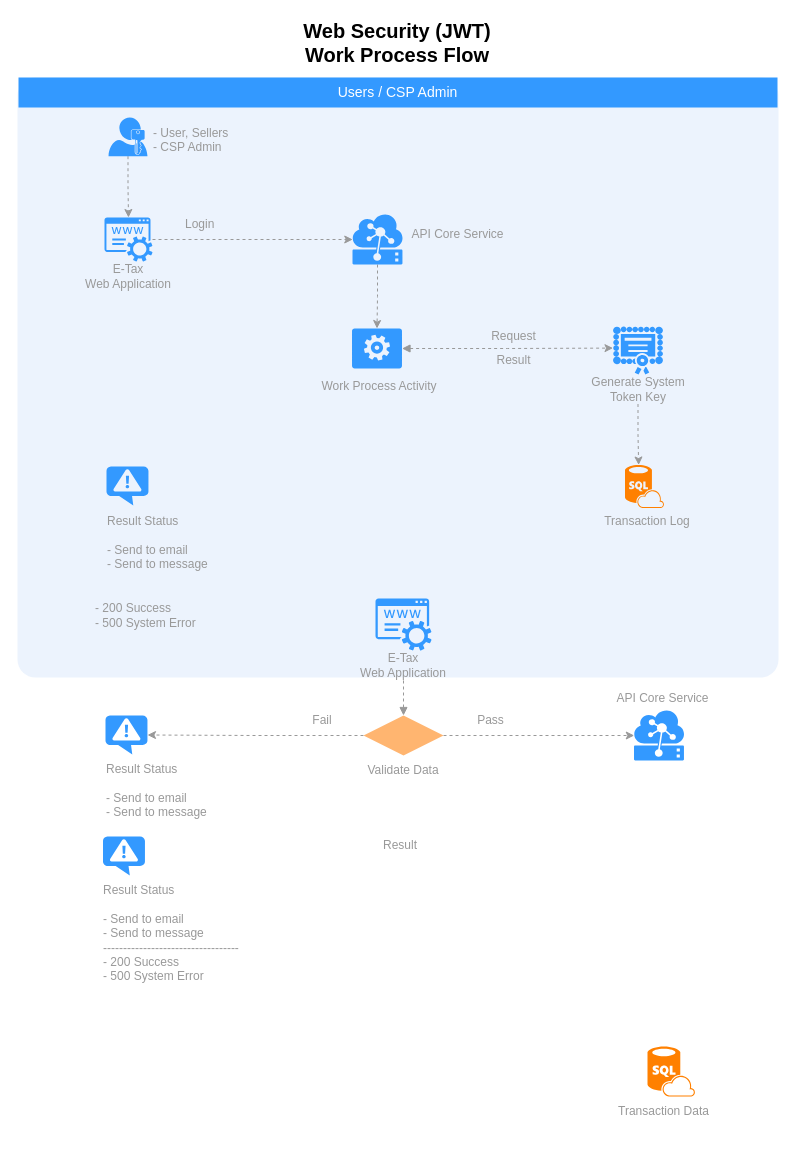
Before: Web Application Security Concept (JWT).drawio in nirawat/eTax, a draw.io diagram. Source tidied: cells renumbered, new cells numbered last; positions are measured from the earlier drawing's top-left corner, leaving out a move shared by most shapes. Both pictures are drawn from the tidied source at 100%, with x=0, y=0 at pixel (17, 17).
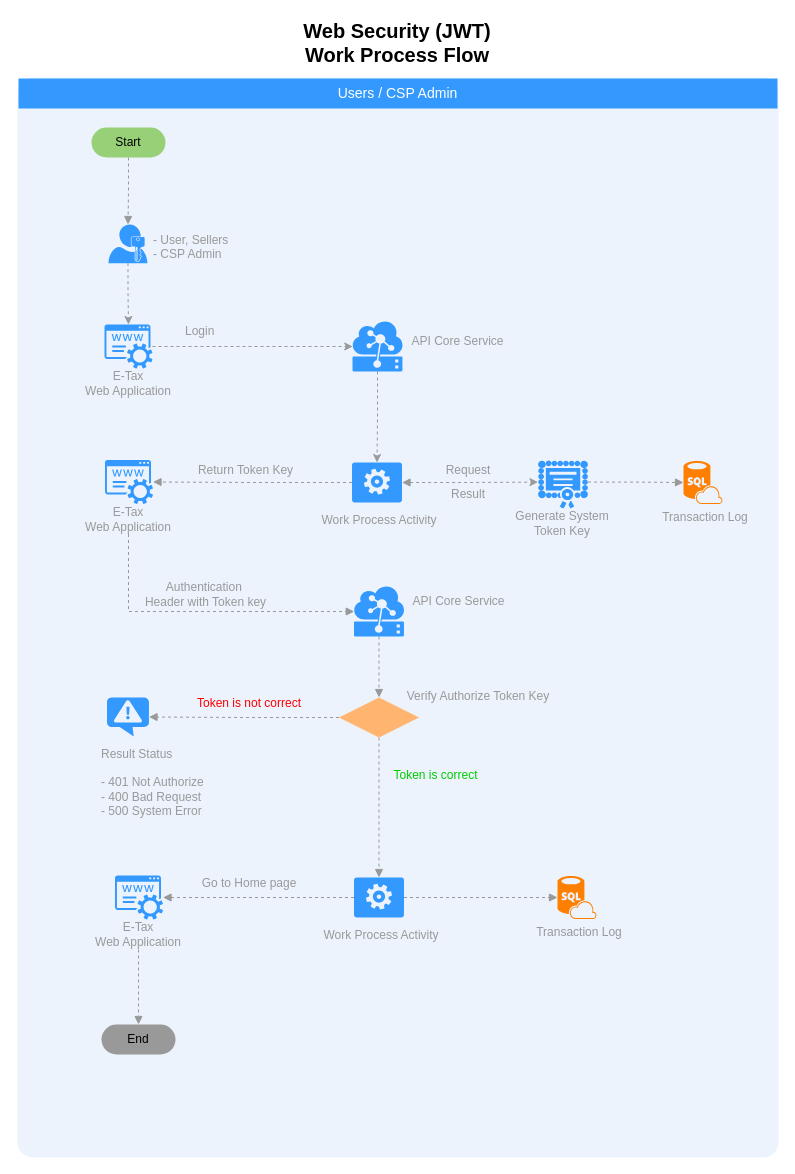
After the change.

The change refers to these unchanged cells:
```xml
<mxCell id="27" style="verticalLabelPosition=bottom;html=1;verticalAlign=top;align=center;strokeColor=none;fillColor=#FF8000;shape=mxgraph.azure.sql_database_sql_azure;fontSize=12;fontColor=#999999;" parent="25" vertex="1">
  <mxGeometry x="31" y="10" width="39" height="43" as="geometry" />
</mxCell>
<mxCell id="41" style="shadow=0;dashed=0;html=1;strokeColor=none;labelPosition=center;verticalLabelPosition=bottom;verticalAlign=top;align=center;shape=mxgraph.mscae.enterprise.user_permissions;fillColor=#3399FF;fontSize=14;" parent="39" vertex="1">
  <mxGeometry width="39" height="38.7" as="geometry" />
</mxCell>
<mxCell id="46" style="verticalLabelPosition=bottom;html=1;verticalAlign=top;align=center;strokeColor=none;fillColor=#3399FF;shape=mxgraph.azure.worker_role;fontSize=12;fontColor=#999999;" parent="45" vertex="1">
  <mxGeometry x="53" width="50" height="40" as="geometry" />
</mxCell>
<mxCell id="50" value="Generate System Token Key&lt;br&gt;" style="text;html=1;strokeColor=none;fillColor=none;align=center;verticalAlign=middle;whiteSpace=wrap;rounded=0;fontSize=12;fontColor=#999999;" parent="49" vertex="1">
  <mxGeometry y="54" width="114" height="30" as="geometry" />
</mxCell>
```

Change to the diagram source:
```diff
@@
-    <mxCell id="2" style="rounded=1;whiteSpace=wrap;html=1;strokeColor=none;strokeWidth=1;fillColor=#dae8fc;fontSize=12;align=center;arcSize=3;opacity=50;" parent="1" vertex="1">
-      <mxGeometry y="60" width="761" height="600" as="geometry" />
+    <mxCell id="2" style="rounded=1;whiteSpace=wrap;html=1;strokeColor=none;strokeWidth=1;fillColor=#dae8fc;fontSize=12;align=center;arcSize=2;opacity=50;" parent="1" vertex="1">
+      <mxGeometry y="60" width="761" height="1080" as="geometry" />
     </mxCell>
     <mxCell id="3" value="Users / CSP Admin" style="whiteSpace=wrap;html=1;dashed=1;strokeColor=none;strokeWidth=2;fillColor=#3399FF;fontFamily=Helvetica;fontSize=14;fontColor=#FFFFFF;fontStyle=0;" parent="1" vertex="1">
-      <mxGeometry x="1" y="60" width="759" height="30" as="geometry" />
+      <mxGeometry x="1" y="61" width="759" height="30" as="geometry" />
     </mxCell>
@@
+    <mxCell id="56" style="edgeStyle=orthogonalEdgeStyle;rounded=0;jettySize=auto;html=1;exitX=0.5;exitY=1;exitDx=0;exitDy=0;exitPerimeter=0;entryX=0.5;entryY=0;entryDx=0;entryDy=0;dashed=1;startArrow=none;startFill=0;endArrow=block;endFill=1;strokeColor=#999999;" parent="1" edge="1" source="5" target="69">
+      <mxGeometry relative="1" as="geometry" />
+    </mxCell>
     <mxCell id="5" style="shadow=0;dashed=0;html=1;strokeColor=none;labelPosition=center;verticalLabelPosition=bottom;verticalAlign=top;align=center;shape=mxgraph.mscae.cloud.iot_edge;fillColor=#3399FF;fontSize=12;fontColor=#999999;" parent="1" vertex="1">
-      <mxGeometry x="616.5" y="693" width="50" height="50" as="geometry" />
+      <mxGeometry x="336.5" y="569" width="50" height="50" as="geometry" />
     </mxCell>
-    <mxCell id="6" value="API Core Service" style="text;html=1;strokeColor=none;fillColor=none;align=center;verticalAlign=middle;whiteSpace=wrap;rounded=0;fontSize=12;fontColor=#999999;" parent="1" vertex="1">
-      <mxGeometry x="595" y="666" width="101" height="29" as="geometry" />
-    </mxCell>
     <mxCell id="7" style="verticalLabelPosition=bottom;html=1;verticalAlign=top;align=center;strokeColor=none;fillColor=#3399FF;shape=mxgraph.azure.notification_topic;fontSize=12;fontColor=#999999;" parent="1" vertex="1">
-      <mxGeometry x="85.5" y="819" width="42" height="39" as="geometry" />
+      <mxGeometry x="89.5" y="680" width="42" height="39" as="geometry" />
     </mxCell>
-    <mxCell id="8" style="group;" parent="1" vertex="1">
-      <mxGeometry x="599" y="1029" width="108" height="79" as="geometry" />
-    </mxCell>
-    <mxCell id="9" style="group;" parent="8" vertex="1">
-      <mxGeometry width="108" height="79" as="geometry" />
-    </mxCell>
-    <mxCell id="10" value="Transaction Data" style="text;html=1;strokeColor=none;fillColor=none;align=left;verticalAlign=middle;whiteSpace=wrap;rounded=0;fontSize=12;fontColor=#999999;" parent="9" vertex="1">
-      <mxGeometry y="50" width="108" height="29" as="geometry" />
-    </mxCell>
-    <mxCell id="11" style="verticalLabelPosition=bottom;html=1;verticalAlign=top;align=center;strokeColor=none;fillColor=#FF8000;shape=mxgraph.azure.sql_database_sql_azure;fontSize=12;fontColor=#999999;" parent="9" vertex="1">
-      <mxGeometry x="31" width="47.5" height="50" as="geometry" />
-    </mxCell>
-    <mxCell id="12" style="edgeStyle=orthogonalEdgeStyle;rounded=0;jettySize=auto;html=1;exitX=1;exitY=0.5;exitDx=0;exitDy=0;entryX=0.005;entryY=0.5;entryDx=0;entryDy=0;entryPerimeter=0;dashed=1;strokeColor=#999999;" parent="1" edge="1" source="14" target="5">
-      <mxGeometry relative="1" as="geometry" />
-    </mxCell>
-    <mxCell id="13" style="edgeStyle=orthogonalEdgeStyle;rounded=0;jettySize=auto;html=1;exitX=0;exitY=0.5;exitDx=0;exitDy=0;entryX=1;entryY=0.5;entryDx=0;entryDy=0;entryPerimeter=0;dashed=1;strokeColor=#999999;" parent="1" edge="1" source="14" target="16">
-      <mxGeometry relative="1" as="geometry" />
-    </mxCell>
-    <mxCell id="14" style="rhombus;whiteSpace=wrap;html=1;strokeColor=none;strokeWidth=1;fillColor=#FFB570;fontSize=12;fontColor=#999999;align=left;" parent="1" vertex="1">
-      <mxGeometry x="346" y="698" width="80" height="40" as="geometry" />
-    </mxCell>
-    <mxCell id="15" value="Validate Data" style="text;html=1;strokeColor=none;fillColor=none;align=center;verticalAlign=middle;whiteSpace=wrap;rounded=0;fontSize=12;fontColor=#999999;" parent="1" vertex="1">
-      <mxGeometry x="331" y="743" width="110" height="20" as="geometry" />
-    </mxCell>
-    <mxCell id="16" style="verticalLabelPosition=bottom;html=1;verticalAlign=top;align=center;strokeColor=none;fillColor=#3399FF;shape=mxgraph.azure.notification_topic;fontSize=12;fontColor=#999999;" parent="1" vertex="1">
-      <mxGeometry x="88" y="698" width="42" height="39" as="geometry" />
-    </mxCell>
-    <mxCell id="17" value="Result Status&lt;br&gt;&lt;br&gt;- Send to email&lt;br&gt;- Send to message&lt;br&gt;" style="text;html=1;strokeColor=none;fillColor=none;align=left;verticalAlign=middle;whiteSpace=wrap;rounded=0;fontSize=12;fontColor=#999999;" parent="1" vertex="1">
-      <mxGeometry x="87" y="743" width="130" height="60" as="geometry" />
-    </mxCell>
-    <mxCell id="18" value="Pass" style="text;html=1;strokeColor=none;fillColor=none;align=center;verticalAlign=middle;whiteSpace=wrap;rounded=0;fontSize=12;fontColor=#999999;" parent="1" vertex="1">
-      <mxGeometry x="427" y="693" width="93" height="20" as="geometry" />
-    </mxCell>
-    <mxCell id="19" value="Fail" style="text;html=1;strokeColor=none;fillColor=none;align=center;verticalAlign=middle;whiteSpace=wrap;rounded=0;fontSize=12;fontColor=#999999;" parent="1" vertex="1">
-      <mxGeometry x="250" y="693" width="110" height="20" as="geometry" />
-    </mxCell>
-    <mxCell id="20" value="Result Status&lt;br&gt;&lt;br&gt;- Send to email&lt;br&gt;- Send to message&lt;br&gt;----------------------------------&lt;br&gt;- 200 Success&lt;br&gt;- 500 System Error&lt;br&gt;" style="text;html=1;strokeColor=none;fillColor=none;align=left;verticalAlign=middle;whiteSpace=wrap;rounded=0;fontSize=12;fontColor=#999999;" parent="1" vertex="1">
-      <mxGeometry x="84" y="861.5" width="143" height="108" as="geometry" />
+    <mxCell id="20" value="Result Status&lt;br&gt;&lt;br&gt;- 401 Not Authorize&lt;br&gt;- 400 Bad Request&lt;br&gt;- 500 System Error&lt;br&gt;" style="text;html=1;strokeColor=none;fillColor=none;align=left;verticalAlign=middle;whiteSpace=wrap;rounded=0;fontSize=12;fontColor=#999999;" parent="1" vertex="1">
+      <mxGeometry x="82" y="726" width="143" height="77" as="geometry" />
     </mxCell>
@@
     <mxCell id="22" value="Login" style="text;html=1;strokeColor=none;fillColor=none;align=left;verticalAlign=middle;whiteSpace=wrap;rounded=0;fontSize=12;fontColor=#999999;" parent="1" vertex="1">
-      <mxGeometry x="165.5" y="197" width="59" height="20" as="geometry" />
+      <mxGeometry x="165.5" y="304" width="59" height="20" as="geometry" />
     </mxCell>
@@
     <mxCell id="24" style="group;" parent="1" vertex="1">
-      <mxGeometry x="576.5" y="437.5" width="108" height="79" as="geometry" />
+      <mxGeometry x="635" y="433.5" width="108" height="79" as="geometry" />
     </mxCell>
@@
     <mxCell id="29" style="shadow=0;dashed=0;html=1;strokeColor=none;labelPosition=center;verticalLabelPosition=bottom;verticalAlign=top;align=center;shape=mxgraph.mscae.cloud.iot_edge;fillColor=#3399FF;fontSize=12;fontColor=#999999;" parent="1" vertex="1">
-      <mxGeometry x="335" y="197" width="50" height="50" as="geometry" />
+      <mxGeometry x="335" y="304" width="50" height="50" as="geometry" />
     </mxCell>
     <mxCell id="30" value="API Core Service" style="text;html=1;strokeColor=none;fillColor=none;align=center;verticalAlign=middle;whiteSpace=wrap;rounded=0;fontSize=12;fontColor=#999999;" parent="1" vertex="1">
-      <mxGeometry x="390" y="202.5" width="101" height="29" as="geometry" />
+      <mxGeometry x="390" y="309.5" width="101" height="29" as="geometry" />
     </mxCell>
-    <mxCell id="31" style="verticalLabelPosition=bottom;html=1;verticalAlign=top;align=center;strokeColor=none;fillColor=#3399FF;shape=mxgraph.azure.notification_topic;fontSize=12;fontColor=#999999;" parent="1" vertex="1">
-      <mxGeometry x="89" y="449" width="42" height="39" as="geometry" />
-    </mxCell>
-    <mxCell id="32" value="Result Status&lt;br&gt;&lt;br&gt;- Send to email&lt;br&gt;- Send to message&lt;br&gt;" style="text;html=1;strokeColor=none;fillColor=none;align=left;verticalAlign=middle;whiteSpace=wrap;rounded=0;fontSize=12;fontColor=#999999;" parent="1" vertex="1">
-      <mxGeometry x="88" y="488" width="152" height="74" as="geometry" />
-    </mxCell>
-    <mxCell id="33" style="group;" parent="1" vertex="1">
-      <mxGeometry x="331" y="611" width="110" height="82" as="geometry" />
-    </mxCell>
-    <mxCell id="34" style="shadow=0;dashed=0;html=1;strokeColor=none;fillColor=#3399FF;labelPosition=center;verticalLabelPosition=bottom;verticalAlign=top;align=center;shape=mxgraph.office.services.registrar_service;" parent="33" vertex="1">
-      <mxGeometry x="27" y="-30" width="56" height="52" as="geometry" />
-    </mxCell>
-    <mxCell id="35" value="E-Tax &lt;br&gt;Web Application" style="text;html=1;strokeColor=none;fillColor=none;align=center;verticalAlign=middle;whiteSpace=wrap;rounded=0;fontSize=12;fontColor=#999999;" parent="33" vertex="1">
-      <mxGeometry y="22" width="110" height="30" as="geometry" />
-    </mxCell>
-    <mxCell id="36" value="- 200 Success&lt;br&gt;- 500 System Error&lt;br&gt;" style="text;html=1;strokeColor=none;fillColor=none;align=left;verticalAlign=middle;whiteSpace=wrap;rounded=0;fontSize=12;fontColor=#999999;" parent="1" vertex="1">
-      <mxGeometry x="76" y="581" width="152" height="34" as="geometry" />
-    </mxCell>
-    <mxCell id="37" style="edgeStyle=orthogonalEdgeStyle;rounded=1;jettySize=auto;html=1;exitX=0.5;exitY=1;exitDx=0;exitDy=0;entryX=0.5;entryY=0;entryDx=0;entryDy=0;dashed=1;startArrow=none;startFill=0;endArrow=block;endFill=1;strokeColor=#999999;fontSize=12;fontColor=#999999;" parent="1" edge="1" source="35" target="14">
-      <mxGeometry relative="1" as="geometry" />
-    </mxCell>
-    <mxCell id="38" value="Result" style="text;html=1;strokeColor=none;fillColor=none;align=center;verticalAlign=middle;whiteSpace=wrap;rounded=0;fontSize=12;fontColor=#999999;" parent="1" vertex="1">
-      <mxGeometry x="328" y="818" width="110" height="20" as="geometry" />
-    </mxCell>
     <mxCell id="39" style="group;" parent="1" vertex="1">
-      <mxGeometry x="91" y="100" width="162.5" height="50" as="geometry" />
+      <mxGeometry x="91" y="207" width="162.5" height="50" as="geometry" />
     </mxCell>
@@
     <mxCell id="42" style="group;" parent="1" vertex="1">
-      <mxGeometry x="55.5" y="200" width="110" height="74" as="geometry" />
+      <mxGeometry x="55.5" y="307" width="110" height="74" as="geometry" />
     </mxCell>
@@
     <mxCell id="45" style="group;" parent="1" vertex="1">
-      <mxGeometry x="281.5" y="311" width="160" height="72" as="geometry" />
+      <mxGeometry x="281.5" y="445" width="160" height="72" as="geometry" />
     </mxCell>
@@
     <mxCell id="48" style="group;" parent="1" vertex="1">
-      <mxGeometry x="563.5" y="302.5" width="114" height="81" as="geometry" />
+      <mxGeometry x="487.5" y="436.5" width="114" height="81" as="geometry" />
     </mxCell>
@@
     <mxCell id="51" style="shadow=0;dashed=0;html=1;strokeColor=none;labelPosition=center;verticalLabelPosition=bottom;verticalAlign=top;align=center;shape=mxgraph.mscae.intune.inventory_license;fillColor=#3399FF;fontSize=14;" parent="48" vertex="1">
-      <mxGeometry x="32" y="6.5" width="50" height="48" as="geometry" />
+      <mxGeometry x="33" y="6.5" width="50" height="48" as="geometry" />
     </mxCell>
-    <mxCell id="52" style="edgeStyle=orthogonalEdgeStyle;rounded=0;jettySize=auto;html=1;exitX=0.5;exitY=1;exitDx=0;exitDy=0;entryX=0.35;entryY=0;entryDx=0;entryDy=0;entryPerimeter=0;dashed=1;strokeColor=#999999;" parent="1" edge="1" source="50" target="27">
-      <mxGeometry relative="1" as="geometry" />
-    </mxCell>
@@
     <mxCell id="54" value="Request" style="text;html=1;strokeColor=none;fillColor=none;align=center;verticalAlign=middle;whiteSpace=wrap;rounded=0;fontSize=12;fontColor=#999999;" parent="1" vertex="1">
-      <mxGeometry x="450" y="309" width="93" height="20" as="geometry" />
+      <mxGeometry x="421" y="443" width="60" height="20" as="geometry" />
     </mxCell>
     <mxCell id="55" value="Result" style="text;html=1;strokeColor=none;fillColor=none;align=center;verticalAlign=middle;whiteSpace=wrap;rounded=0;fontSize=12;fontColor=#999999;" parent="1" vertex="1">
-      <mxGeometry x="450" y="333" width="93" height="20" as="geometry" />
+      <mxGeometry x="421" y="467" width="60" height="20" as="geometry" />
     </mxCell>
+    <mxCell id="57" style="edgeStyle=orthogonalEdgeStyle;rounded=0;jettySize=auto;html=1;exitX=0;exitY=0.5;exitDx=0;exitDy=0;exitPerimeter=0;dashed=1;startArrow=none;startFill=0;strokeColor=#999999;endArrow=block;endFill=1;" parent="1" edge="1" source="46" target="59">
+      <mxGeometry relative="1" as="geometry" />
+    </mxCell>
+    <mxCell id="58" style="group;" parent="1" vertex="1">
+      <mxGeometry x="56" y="442.5" width="110" height="74" as="geometry" />
+    </mxCell>
+    <mxCell id="59" style="shadow=0;dashed=0;html=1;strokeColor=none;fillColor=#3399FF;labelPosition=center;verticalLabelPosition=bottom;verticalAlign=top;outlineConnect=0;align=center;shape=mxgraph.office.services.registrar_service;" parent="58" vertex="1">
+      <mxGeometry x="31.5" width="48" height="44" as="geometry" />
+    </mxCell>
+    <mxCell id="60" value="E-Tax &lt;br&gt;Web Application" style="text;html=1;strokeColor=none;fillColor=none;align=center;verticalAlign=middle;whiteSpace=wrap;rounded=0;fontSize=12;fontColor=#999999;" parent="58" vertex="1">
+      <mxGeometry y="44" width="110" height="30" as="geometry" />
+    </mxCell>
+    <mxCell id="61" value="Return Token Key&lt;br&gt;" style="text;html=1;strokeColor=none;fillColor=none;align=center;verticalAlign=middle;whiteSpace=wrap;rounded=0;fontSize=12;fontColor=#999999;" parent="1" vertex="1">
+      <mxGeometry x="172.5" y="436" width="111" height="34" as="geometry" />
+    </mxCell>
+    <mxCell id="62" style="edgeStyle=orthogonalEdgeStyle;rounded=0;jettySize=auto;html=1;exitX=0.5;exitY=1;exitDx=0;exitDy=0;entryX=0.005;entryY=0.5;entryDx=0;entryDy=0;dashed=1;startArrow=none;startFill=0;endArrow=block;endFill=1;strokeColor=#999999;entryPerimeter=0;" parent="1" edge="1" source="60" target="5">
+      <mxGeometry relative="1" as="geometry" />
+    </mxCell>
+    <mxCell id="63" style="edgeStyle=orthogonalEdgeStyle;rounded=0;jettySize=auto;html=1;exitX=1;exitY=0.45;exitDx=0;exitDy=0;exitPerimeter=0;entryX=0;entryY=0.5;entryDx=0;entryDy=0;entryPerimeter=0;dashed=1;startArrow=none;startFill=0;endArrow=block;endFill=1;strokeColor=#999999;" parent="1" edge="1" source="51" target="27">
+      <mxGeometry relative="1" as="geometry" />
+    </mxCell>
+    <mxCell id="64" style="group;" parent="1" vertex="1">
+      <mxGeometry x="500" y="880.5" width="108" height="79" as="geometry" />
+    </mxCell>
+    <mxCell id="9" style="group;" parent="64" vertex="1">
+      <mxGeometry width="108" height="79" as="geometry" />
+    </mxCell>
+    <mxCell id="65" value="Transaction Log" style="text;html=1;strokeColor=none;fillColor=none;align=center;verticalAlign=middle;whiteSpace=wrap;rounded=0;fontSize=12;fontColor=#999999;" parent="9" vertex="1">
+      <mxGeometry x="8" y="20" width="108" height="29" as="geometry" />
+    </mxCell>
+    <mxCell id="66" style="verticalLabelPosition=bottom;html=1;verticalAlign=top;align=center;strokeColor=none;fillColor=#FF8000;shape=mxgraph.azure.sql_database_sql_azure;fontSize=12;fontColor=#999999;" parent="9" vertex="1">
+      <mxGeometry x="40" y="-22" width="39" height="43" as="geometry" />
+    </mxCell>
+    <mxCell id="67" style="edgeStyle=orthogonalEdgeStyle;rounded=0;jettySize=auto;html=1;exitX=0.5;exitY=1;exitDx=0;exitDy=0;dashed=1;startArrow=none;startFill=0;endArrow=block;endFill=1;strokeColor=#999999;" parent="1" edge="1" source="69" target="75">
+      <mxGeometry relative="1" as="geometry" />
+    </mxCell>
+    <mxCell id="68" style="edgeStyle=orthogonalEdgeStyle;rounded=0;jettySize=auto;html=1;exitX=0;exitY=0.5;exitDx=0;exitDy=0;entryX=1;entryY=0.5;entryDx=0;entryDy=0;entryPerimeter=0;dashed=1;startArrow=none;startFill=0;endArrow=block;endFill=1;strokeColor=#999999;" parent="1" edge="1" source="69" target="7">
+      <mxGeometry relative="1" as="geometry" />
+    </mxCell>
+    <mxCell id="69" style="rhombus;whiteSpace=wrap;html=1;strokeColor=none;strokeWidth=1;fillColor=#FFB570;fontSize=12;fontColor=#999999;align=left;" parent="1" vertex="1">
+      <mxGeometry x="321.5" y="680" width="80" height="40" as="geometry" />
+    </mxCell>
+    <mxCell id="70" value="Authentication&amp;nbsp;&lt;br&gt;Header with Token key&lt;br&gt;" style="text;html=1;strokeColor=none;fillColor=none;align=center;verticalAlign=middle;whiteSpace=wrap;rounded=0;fontSize=12;fontColor=#999999;" parent="1" vertex="1">
+      <mxGeometry x="117" y="560" width="143" height="34" as="geometry" />
+    </mxCell>
+    <mxCell id="6" value="API Core Service" style="text;html=1;strokeColor=none;fillColor=none;align=center;verticalAlign=middle;whiteSpace=wrap;rounded=0;fontSize=12;fontColor=#999999;" parent="1" vertex="1">
+      <mxGeometry x="391" y="569.5" width="101" height="29" as="geometry" />
+    </mxCell>
+    <mxCell id="71" value="Token is correct" style="text;html=1;strokeColor=none;fillColor=none;align=center;verticalAlign=middle;whiteSpace=wrap;rounded=0;fontSize=12;fontColor=#00CC00;" parent="1" vertex="1">
+      <mxGeometry x="367.5" y="743" width="101" height="29" as="geometry" />
+    </mxCell>
+    <mxCell id="72" value="Verify Authorize Token Key" style="text;html=1;strokeColor=none;fillColor=none;align=center;verticalAlign=middle;whiteSpace=wrap;rounded=0;fontSize=12;fontColor=#999999;" parent="1" vertex="1">
+      <mxGeometry x="381" y="664" width="160" height="29" as="geometry" />
+    </mxCell>
+    <mxCell id="73" value="Token is not correct" style="text;html=1;strokeColor=none;fillColor=none;align=center;verticalAlign=middle;whiteSpace=wrap;rounded=0;fontSize=12;fontColor=#FF0000;" parent="1" vertex="1">
+      <mxGeometry x="170" y="671" width="124" height="29" as="geometry" />
+    </mxCell>
+    <mxCell id="74" style="group;" parent="1" vertex="1">
+      <mxGeometry x="283.5" y="860" width="160" height="72" as="geometry" />
+    </mxCell>
+    <mxCell id="75" style="verticalLabelPosition=bottom;html=1;verticalAlign=top;align=center;strokeColor=none;fillColor=#3399FF;shape=mxgraph.azure.worker_role;fontSize=12;fontColor=#999999;" parent="74" vertex="1">
+      <mxGeometry x="53" width="50" height="40" as="geometry" />
+    </mxCell>
+    <mxCell id="76" value="Work Process Activity&lt;br&gt;" style="text;html=1;strokeColor=none;fillColor=none;align=center;verticalAlign=middle;whiteSpace=wrap;rounded=0;fontSize=12;fontColor=#999999;" parent="74" vertex="1">
+      <mxGeometry y="43" width="160" height="29" as="geometry" />
+    </mxCell>
+    <mxCell id="77" style="edgeStyle=orthogonalEdgeStyle;rounded=0;jettySize=auto;html=1;exitX=1;exitY=0.5;exitDx=0;exitDy=0;exitPerimeter=0;entryX=0;entryY=0.5;entryDx=0;entryDy=0;entryPerimeter=0;dashed=1;startArrow=none;startFill=0;endArrow=block;endFill=1;strokeColor=#999999;" parent="1" edge="1" source="75" target="66">
+      <mxGeometry relative="1" as="geometry" />
+    </mxCell>
+    <mxCell id="78" style="group;" parent="1" vertex="1">
+      <mxGeometry x="66" y="858" width="110" height="74" as="geometry" />
+    </mxCell>
+    <mxCell id="79" style="shadow=0;dashed=0;html=1;strokeColor=none;fillColor=#3399FF;labelPosition=center;verticalLabelPosition=bottom;verticalAlign=top;outlineConnect=0;align=center;shape=mxgraph.office.services.registrar_service;" parent="78" vertex="1">
+      <mxGeometry x="31.5" width="48" height="44" as="geometry" />
+    </mxCell>
+    <mxCell id="80" value="E-Tax &lt;br&gt;Web Application" style="text;html=1;strokeColor=none;fillColor=none;align=center;verticalAlign=middle;whiteSpace=wrap;rounded=0;fontSize=12;fontColor=#999999;" parent="78" vertex="1">
+      <mxGeometry y="44" width="110" height="30" as="geometry" />
+    </mxCell>
+    <mxCell id="81" style="edgeStyle=orthogonalEdgeStyle;rounded=0;jettySize=auto;html=1;exitX=0;exitY=0.5;exitDx=0;exitDy=0;exitPerimeter=0;dashed=1;startArrow=none;startFill=0;endArrow=block;endFill=1;strokeColor=#999999;" parent="1" edge="1" source="75" target="79">
+      <mxGeometry relative="1" as="geometry" />
+    </mxCell>
+    <mxCell id="82" value="Go to Home page" style="text;html=1;strokeColor=none;fillColor=none;align=center;verticalAlign=middle;whiteSpace=wrap;rounded=0;fontSize=12;fontColor=#999999;" parent="1" vertex="1">
+      <mxGeometry x="170" y="851" width="124" height="29" as="geometry" />
+    </mxCell>
+    <mxCell id="83" value="End" style="rounded=1;whiteSpace=wrap;html=1;fontColor=#000000;align=center;arcSize=50;labelBackgroundColor=none;fillColor=#999999;strokeColor=none;" parent="1" vertex="1">
+      <mxGeometry x="84" y="1007" width="74" height="30" as="geometry" />
+    </mxCell>
+    <mxCell id="84" style="edgeStyle=orthogonalEdgeStyle;rounded=0;jettySize=auto;html=1;exitX=0.5;exitY=1;exitDx=0;exitDy=0;entryX=0.5;entryY=0;entryDx=0;entryDy=0;dashed=1;startArrow=none;startFill=0;endArrow=block;endFill=1;strokeColor=#999999;fontColor=#000000;" parent="1" edge="1" source="80" target="83">
+      <mxGeometry relative="1" as="geometry" />
+    </mxCell>
+    <mxCell id="85" style="edgeStyle=orthogonalEdgeStyle;rounded=0;jettySize=auto;html=1;exitX=0.5;exitY=1;exitDx=0;exitDy=0;entryX=0.5;entryY=0;entryDx=0;entryDy=0;entryPerimeter=0;dashed=1;startArrow=none;startFill=0;endArrow=block;endFill=1;strokeColor=#999999;fontColor=#000000;" parent="1" edge="1" source="86" target="41">
+      <mxGeometry relative="1" as="geometry" />
+    </mxCell>
+    <mxCell id="86" value="Start" style="rounded=1;whiteSpace=wrap;html=1;fontColor=#000000;align=center;arcSize=50;labelBackgroundColor=none;fillColor=#97D077;strokeColor=none;" parent="1" vertex="1">
+      <mxGeometry x="74" y="110" width="74" height="30" as="geometry" />
+    </mxCell>
```
